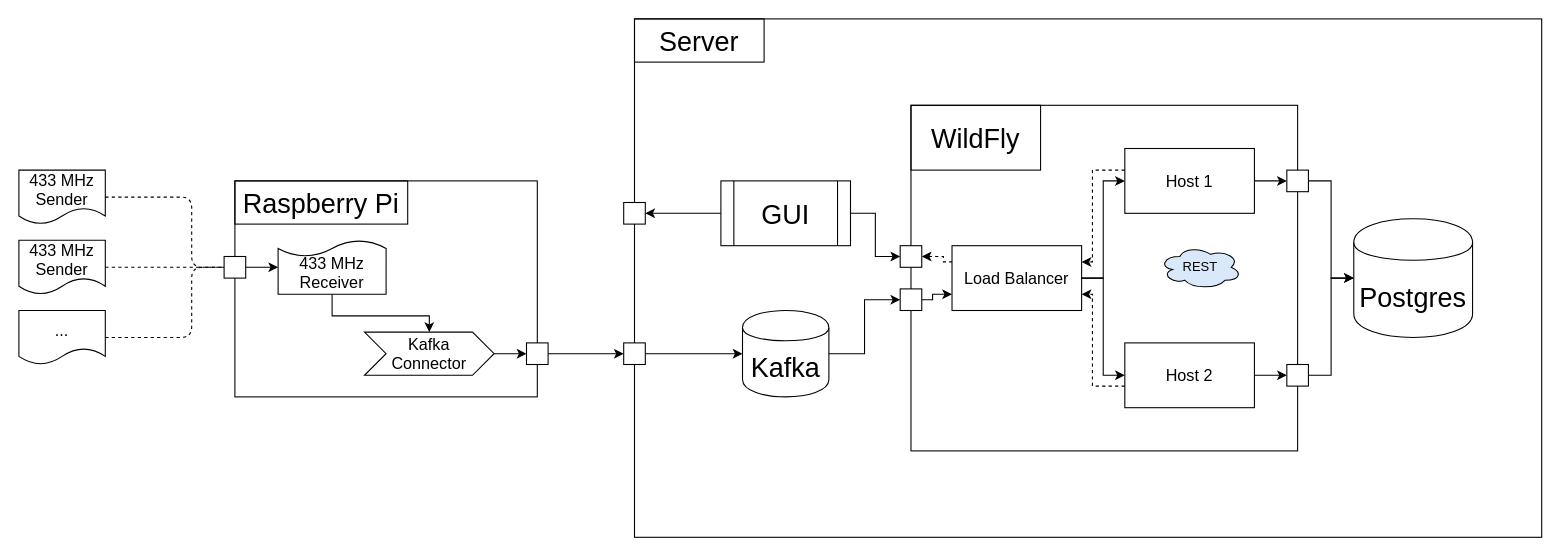
Marvin1912/wildfly_domain keeps this draw.io diagram as Infrastruktur.drawio. Above is the earlier version. Source tidied: cells renumbered, new cells numbered last; positions are measured from the earlier drawing's top-left corner, leaving out a move shared by most shapes. Both pictures are drawn from the tidied source at 108%, with x=0, y=0 at pixel (18, 18).
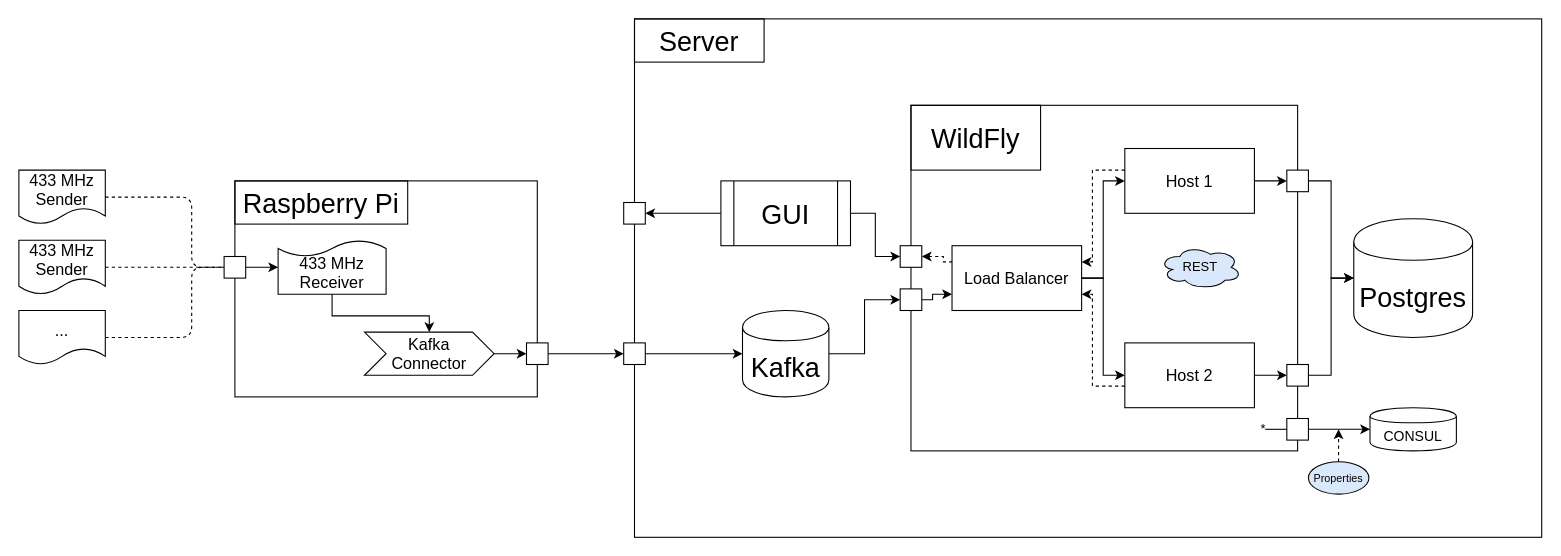
After the change.

Commit message (it also covers changes not shown here):
Added Consul as key/value store for properties

Change to the diagram source:
```diff
@@
+    <mxCell id="50" value="CONSUL" style="shape=cylinder;whiteSpace=wrap;html=1;boundedLbl=1;backgroundOutline=1;fillColor=none;fontSize=13;" parent="1" vertex="1">
+      <mxGeometry x="1251" y="360" width="80" height="40" as="geometry" />
+    </mxCell>
+    <mxCell id="51" style="edgeStyle=orthogonalEdgeStyle;rounded=0;jettySize=auto;html=1;" parent="1" edge="1" source="52" target="50">
+      <mxGeometry relative="1" as="geometry" />
+    </mxCell>
+    <mxCell id="52" style="whiteSpace=wrap;html=1;fillColor=#ffffff;fontSize=12;" parent="1" vertex="1">
+      <mxGeometry x="1174" y="370" width="20" height="20" as="geometry" />
+    </mxCell>
+    <mxCell id="53" value="Properties" style="ellipse;whiteSpace=wrap;html=1;fontSize=10;fillColor=#dae8fc;strokeColor=default;" parent="1" vertex="1">
+      <mxGeometry x="1194" y="410" width="56" height="30" as="geometry" />
+    </mxCell>
+    <mxCell id="54" style="endArrow=classic;html=1;rounded=0;dashed=1;" parent="1" edge="1">
+      <mxGeometry relative="1" as="geometry">
+        <mxPoint x="1221.9" y="410" as="sourcePoint" />
+        <mxPoint x="1221.9" y="380" as="targetPoint" />
+      </mxGeometry>
+    </mxCell>
+    <mxCell id="55" style="endArrow=none;html=1;rounded=0;" parent="1" edge="1">
+      <mxGeometry relative="1" as="geometry">
+        <mxPoint x="1154" y="380" as="sourcePoint" />
+        <mxPoint x="1174" y="380" as="targetPoint" />
+      </mxGeometry>
+    </mxCell>
+    <mxCell id="56" value="*" style="text;html=1;strokeColor=none;fillColor=none;align=center;verticalAlign=middle;whiteSpace=wrap;rounded=0;" parent="1" vertex="1">
+      <mxGeometry x="1141" y="370" width="23" height="20" as="geometry" />
+    </mxCell>
```
